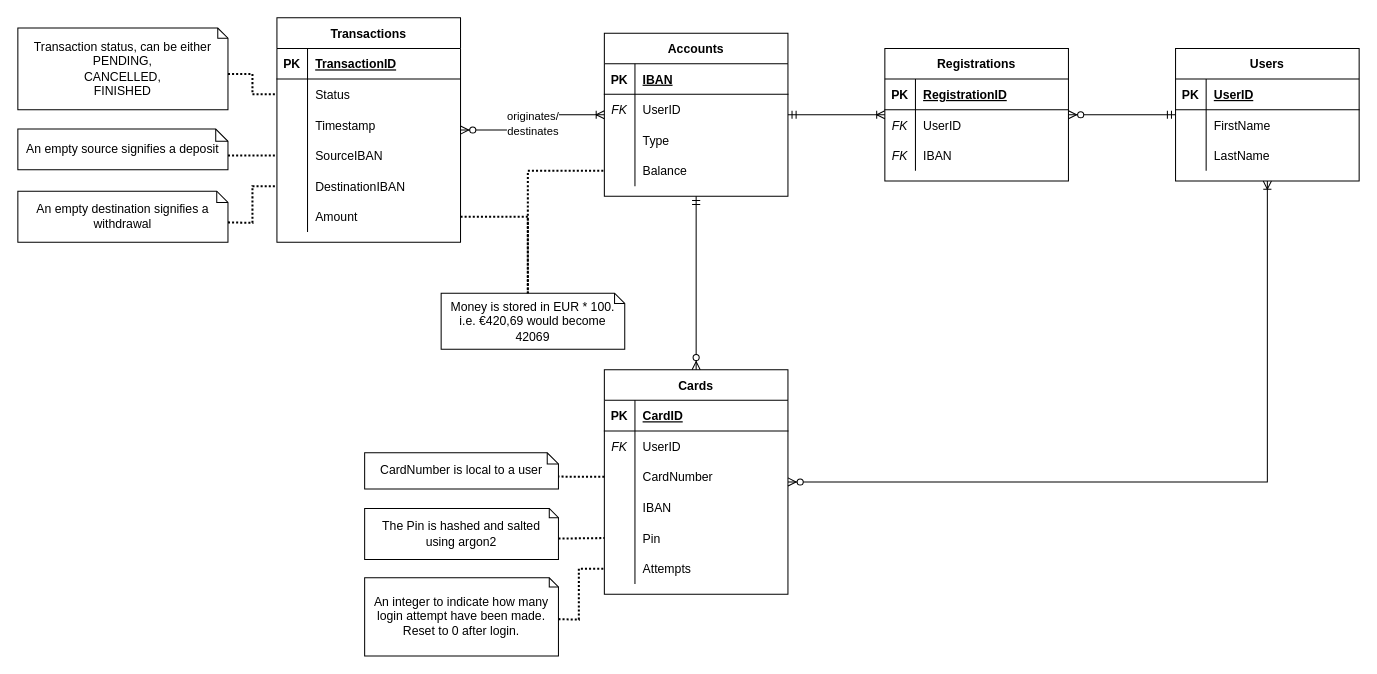
Herbankers/hb-server keeps this draw.io diagram as doc/ERD.drawio. Above is the earlier version. Source tidied: cells renumbered, new cells numbered last; positions are measured from the earlier drawing's top-left corner, leaving out a move shared by most shapes. Both pictures are drawn from the tidied source at 102%, with x=0, y=0 at pixel (17, 17).
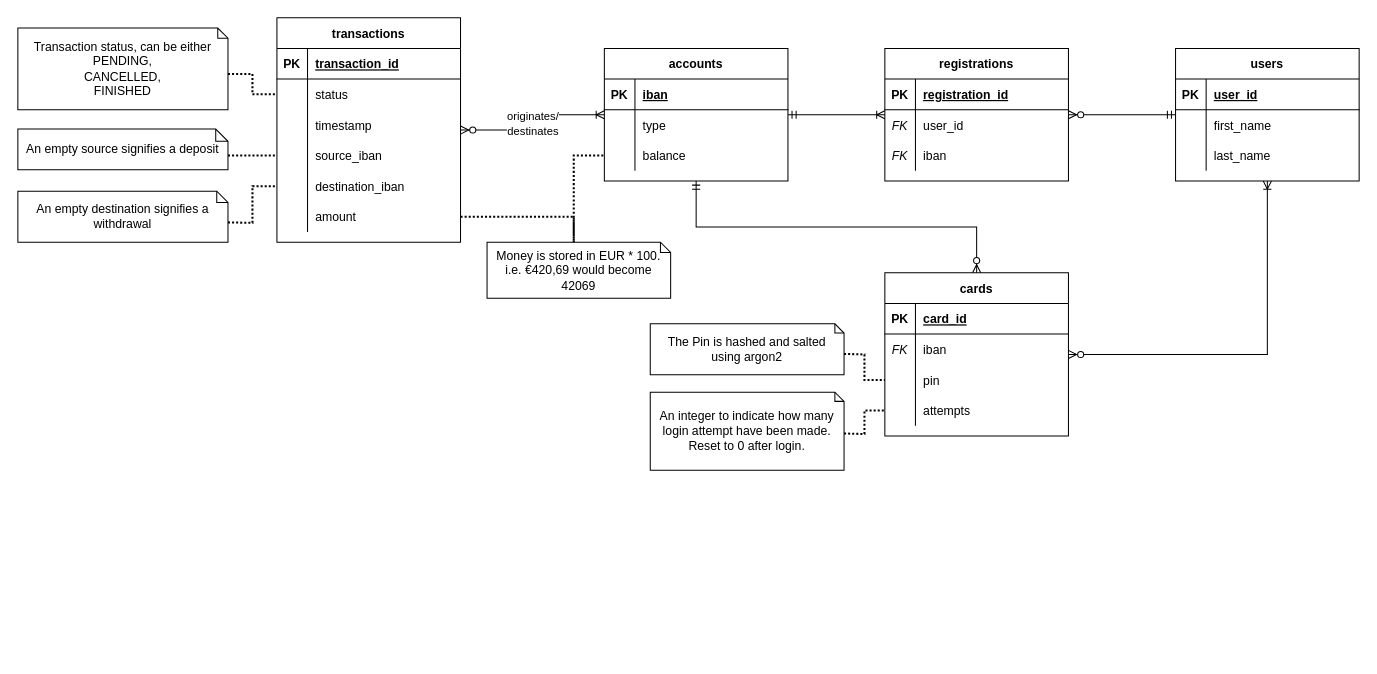
Above is the later version.

Commit message (it also covers changes not shown here):
sql: update sql queries to reflect design better

The change refers to these unchanged cells:
```xml
<mxCell id="5" style="shape=partialRectangle;fillColor=none;top=0;left=0;bottom=1;right=0;" parent="4" vertex="1">
  <mxGeometry y="30" width="180" height="30" as="geometry" />
</mxCell>
<mxCell id="8" style="shape=partialRectangle;fillColor=none;top=0;left=0;bottom=0;right=0;points=[[0,0.5],[1,0.5]];portConstraint=eastwest;" parent="4" vertex="1">
  <mxGeometry y="60" width="180" height="30" as="geometry" />
</mxCell>
<mxCell id="11" style="shape=partialRectangle;fillColor=none;top=0;left=0;bottom=0;right=0;" parent="4" vertex="1">
  <mxGeometry y="90" width="180" height="30" as="geometry" />
</mxCell>
<mxCell id="14" style="shape=partialRectangle;fillColor=none;top=0;left=0;bottom=0;right=0;points=[[0,0.5],[1,0.5]];portConstraint=eastwest;" parent="4" vertex="1">
  <mxGeometry y="120" width="180" height="30" as="geometry" />
</mxCell>
<mxCell id="17" style="shape=partialRectangle;fillColor=none;top=0;left=0;bottom=0;right=0;points=[[0,0.5],[1,0.5]];portConstraint=eastwest;" parent="4" vertex="1">
  <mxGeometry y="150" width="180" height="30" as="geometry" />
</mxCell>
<mxCell id="20" style="shape=partialRectangle;fillColor=none;top=0;left=0;bottom=0;right=0;points=[[0,0.5],[1,0.5]];portConstraint=eastwest;" parent="4" vertex="1">
  <mxGeometry y="180" width="180" height="30" as="geometry" />
</mxCell>
<mxCell id="24" style="shape=partialRectangle;fillColor=none;top=0;left=0;bottom=1;right=0;" parent="23" vertex="1">
  <mxGeometry y="30" width="180" height="30" as="geometry" />
</mxCell>
<mxCell id="27" style="shape=partialRectangle;fillColor=none;top=0;left=0;bottom=0;right=0;" parent="23" vertex="1">
  <mxGeometry y="60" width="180" height="30" as="geometry" />
</mxCell>
<mxCell id="30" style="shape=partialRectangle;fillColor=none;top=0;left=0;bottom=0;right=0;" parent="23" vertex="1">
  <mxGeometry y="90" width="180" height="30" as="geometry" />
</mxCell>
<mxCell id="35" style="shape=partialRectangle;fillColor=none;top=0;left=0;bottom=1;right=0;" parent="34" vertex="1">
  <mxGeometry y="30" width="180" height="30" as="geometry" />
</mxCell>
<mxCell id="56" style="shape=partialRectangle;fillColor=none;top=0;left=0;bottom=1;right=0;" parent="55" vertex="1">
  <mxGeometry y="30" width="180" height="30" as="geometry" />
</mxCell>
<mxCell id="85" style="shape=partialRectangle;fillColor=none;top=0;left=0;bottom=1;right=0;" parent="84" vertex="1">
  <mxGeometry y="30" width="180" height="30" as="geometry" />
</mxCell>
<mxCell id="88" style="shape=partialRectangle;fillColor=none;top=0;left=0;bottom=0;right=0;" parent="84" vertex="1">
  <mxGeometry y="60" width="180" height="30" as="geometry" />
</mxCell>
<mxCell id="91" style="shape=partialRectangle;fillColor=none;top=0;left=0;bottom=0;right=0;" parent="84" vertex="1">
  <mxGeometry y="90" width="180" height="30" as="geometry" />
</mxCell>
```

The edit, as a diff of the source:
```diff
@@
-    <mxCell id="4" value="Transactions" style="shape=table;startSize=30;childLayout=tableLayout;rowLines=0;fontStyle=1;align=center;" parent="1" vertex="1">
+    <mxCell id="4" value="transactions" style="shape=table;startSize=30;childLayout=tableLayout;rowLines=0;fontStyle=1;align=center;" parent="1" vertex="1">
       <mxGeometry x="254" width="180" height="220" as="geometry" />
     </mxCell>
@@
-    <mxCell id="7" value="TransactionID" style="shape=partialRectangle;fillColor=none;top=0;left=0;bottom=0;right=0;align=left;spacingLeft=6;fontStyle=5;overflow=hidden;" parent="5" vertex="1">
+    <mxCell id="7" value="transaction_id" style="shape=partialRectangle;fillColor=none;top=0;left=0;bottom=0;right=0;align=left;spacingLeft=6;fontStyle=5;overflow=hidden;" parent="5" vertex="1">
       <mxGeometry x="30" width="150" height="30" as="geometry" />
     </mxCell>
@@
-    <mxCell id="10" value="Status" style="shape=partialRectangle;fillColor=none;top=0;left=0;bottom=0;right=0;align=left;spacingLeft=6;overflow=hidden;" parent="8" vertex="1">
+    <mxCell id="10" value="status" style="shape=partialRectangle;fillColor=none;top=0;left=0;bottom=0;right=0;align=left;spacingLeft=6;overflow=hidden;" parent="8" vertex="1">
       <mxGeometry x="30" width="150" height="30" as="geometry" />
     </mxCell>
@@
-    <mxCell id="13" value="Timestamp" style="shape=partialRectangle;fillColor=none;top=0;left=0;bottom=0;right=0;align=left;spacingLeft=6;overflow=hidden;" parent="11" vertex="1">
+    <mxCell id="13" value="timestamp" style="shape=partialRectangle;fillColor=none;top=0;left=0;bottom=0;right=0;align=left;spacingLeft=6;overflow=hidden;" parent="11" vertex="1">
       <mxGeometry x="30" width="150" height="30" as="geometry" />
     </mxCell>
@@
-    <mxCell id="16" value="SourceIBAN" style="shape=partialRectangle;fillColor=none;top=0;left=0;bottom=0;right=0;align=left;spacingLeft=6;overflow=hidden;" parent="14" vertex="1">
+    <mxCell id="16" value="source_iban" style="shape=partialRectangle;fillColor=none;top=0;left=0;bottom=0;right=0;align=left;spacingLeft=6;overflow=hidden;" parent="14" vertex="1">
       <mxGeometry x="30" width="150" height="30" as="geometry" />
     </mxCell>
@@
-    <mxCell id="19" value="DestinationIBAN" style="shape=partialRectangle;fillColor=none;top=0;left=0;bottom=0;right=0;align=left;spacingLeft=6;overflow=hidden;" parent="17" vertex="1">
+    <mxCell id="19" value="destination_iban" style="shape=partialRectangle;fillColor=none;top=0;left=0;bottom=0;right=0;align=left;spacingLeft=6;overflow=hidden;" parent="17" vertex="1">
       <mxGeometry x="30" width="150" height="30" as="geometry" />
     </mxCell>
@@
-    <mxCell id="22" value="Amount" style="shape=partialRectangle;fillColor=none;top=0;left=0;bottom=0;right=0;align=left;spacingLeft=6;overflow=hidden;" parent="20" vertex="1">
+    <mxCell id="22" value="amount" style="shape=partialRectangle;fillColor=none;top=0;left=0;bottom=0;right=0;align=left;spacingLeft=6;overflow=hidden;" parent="20" vertex="1">
       <mxGeometry x="30" width="150" height="30" as="geometry" />
     </mxCell>
-    <mxCell id="23" value="Users" style="shape=table;startSize=30;childLayout=tableLayout;rowLines=0;fontStyle=1;align=center;" parent="1" vertex="1">
+    <mxCell id="23" value="users" style="shape=table;startSize=30;childLayout=tableLayout;rowLines=0;fontStyle=1;align=center;" parent="1" vertex="1">
       <mxGeometry x="1135" y="30" width="180" height="130" as="geometry" />
     </mxCell>
@@
-    <mxCell id="26" value="UserID" style="shape=partialRectangle;fillColor=none;top=0;left=0;bottom=0;right=0;align=left;spacingLeft=6;fontStyle=5;overflow=hidden;" parent="24" vertex="1">
+    <mxCell id="26" value="user_id" style="shape=partialRectangle;fillColor=none;top=0;left=0;bottom=0;right=0;align=left;spacingLeft=6;fontStyle=5;overflow=hidden;" parent="24" vertex="1">
       <mxGeometry x="30" width="150" height="30" as="geometry" />
     </mxCell>
@@
-    <mxCell id="29" value="FirstName" style="shape=partialRectangle;fillColor=none;top=0;left=0;bottom=0;right=0;align=left;spacingLeft=6;overflow=hidden;" parent="27" vertex="1">
+    <mxCell id="29" value="first_name" style="shape=partialRectangle;fillColor=none;top=0;left=0;bottom=0;right=0;align=left;spacingLeft=6;overflow=hidden;" parent="27" vertex="1">
       <mxGeometry x="30" width="150" height="30" as="geometry" />
     </mxCell>
@@
-    <mxCell id="32" value="LastName" style="shape=partialRectangle;fillColor=none;top=0;left=0;bottom=0;right=0;align=left;spacingLeft=6;overflow=hidden;" parent="30" vertex="1">
+    <mxCell id="32" value="last_name" style="shape=partialRectangle;fillColor=none;top=0;left=0;bottom=0;right=0;align=left;spacingLeft=6;overflow=hidden;" parent="30" vertex="1">
       <mxGeometry x="30" width="150" height="30" as="geometry" />
     </mxCell>
@@
-    <mxCell id="34" value="Cards" style="shape=table;startSize=30;childLayout=tableLayout;rowLines=0;fontStyle=1;align=center;" parent="1" vertex="1">
-      <mxGeometry x="575" y="345" width="180" height="220" as="geometry" />
+    <mxCell id="34" value="cards" style="shape=table;startSize=30;childLayout=tableLayout;rowLines=0;fontStyle=1;align=center;" parent="1" vertex="1">
+      <mxGeometry x="850" y="250" width="180" height="160" as="geometry" />
     </mxCell>
@@
-    <mxCell id="37" value="CardID" style="shape=partialRectangle;fillColor=none;top=0;left=0;bottom=0;right=0;align=left;spacingLeft=6;fontStyle=5;overflow=hidden;" parent="35" vertex="1">
+    <mxCell id="37" value="card_id" style="shape=partialRectangle;fillColor=none;top=0;left=0;bottom=0;right=0;align=left;spacingLeft=6;fontStyle=5;overflow=hidden;" parent="35" vertex="1">
       <mxGeometry x="30" width="150" height="30" as="geometry" />
     </mxCell>
-    <mxCell id="38" style="shape=partialRectangle;fillColor=none;top=0;left=0;bottom=0;right=0;" parent="34" vertex="1">
-      <mxGeometry y="60" width="180" height="30" as="geometry" />
-    </mxCell>
-    <mxCell id="39" value="FK" style="shape=partialRectangle;fillColor=none;top=0;left=0;bottom=0;right=0;overflow=hidden;fontStyle=2;" parent="38" vertex="1">
-      <mxGeometry width="30" height="30" as="geometry" />
-    </mxCell>
-    <mxCell id="40" value="UserID" style="shape=partialRectangle;fillColor=none;top=0;left=0;bottom=0;right=0;align=left;spacingLeft=6;overflow=hidden;" parent="38" vertex="1">
-      <mxGeometry x="30" width="150" height="30" as="geometry" />
-    </mxCell>
-    <mxCell id="41" style="shape=partialRectangle;fillColor=none;top=0;left=0;bottom=0;right=0;points=[[0,0.5],[1,0.5]];portConstraint=eastwest;" parent="34" vertex="1">
-      <mxGeometry y="90" width="180" height="30" as="geometry" />
-    </mxCell>
-    <mxCell id="42" style="shape=partialRectangle;fillColor=none;top=0;left=0;bottom=0;right=0;overflow=hidden;" parent="41" vertex="1">
-      <mxGeometry width="30" height="30" as="geometry" />
-    </mxCell>
-    <mxCell id="43" value="CardNumber" style="shape=partialRectangle;fillColor=none;top=0;left=0;bottom=0;right=0;align=left;spacingLeft=6;overflow=hidden;" parent="41" vertex="1">
-      <mxGeometry x="30" width="150" height="30" as="geometry" />
-    </mxCell>
     <mxCell id="44" style="shape=partialRectangle;fillColor=none;top=0;left=0;bottom=0;right=0;" parent="34" vertex="1">
-      <mxGeometry y="120" width="180" height="30" as="geometry" />
+      <mxGeometry y="60" width="180" height="30" as="geometry" />
     </mxCell>
-    <mxCell id="45" style="shape=partialRectangle;fillColor=none;top=0;left=0;bottom=0;right=0;overflow=hidden;" parent="44" vertex="1">
+    <mxCell id="45" value="FK" style="shape=partialRectangle;fillColor=none;top=0;left=0;bottom=0;right=0;overflow=hidden;fontStyle=2;" parent="44" vertex="1">
       <mxGeometry width="30" height="30" as="geometry" />
     </mxCell>
-    <mxCell id="46" value="IBAN" style="shape=partialRectangle;fillColor=none;top=0;left=0;bottom=0;right=0;align=left;spacingLeft=6;overflow=hidden;" parent="44" vertex="1">
+    <mxCell id="46" value="iban" style="shape=partialRectangle;fillColor=none;top=0;left=0;bottom=0;right=0;align=left;spacingLeft=6;overflow=hidden;" parent="44" vertex="1">
       <mxGeometry x="30" width="150" height="30" as="geometry" />
     </mxCell>
     <mxCell id="47" style="shape=partialRectangle;fillColor=none;top=0;left=0;bottom=0;right=0;points=[[0,0.5],[1,0.5]];portConstraint=eastwest;" parent="34" vertex="1">
-      <mxGeometry y="150" width="180" height="30" as="geometry" />
+      <mxGeometry y="90" width="180" height="30" as="geometry" />
     </mxCell>
@@
-    <mxCell id="49" value="Pin" style="shape=partialRectangle;fillColor=none;top=0;left=0;bottom=0;right=0;align=left;spacingLeft=6;overflow=hidden;" parent="47" vertex="1">
+    <mxCell id="49" value="pin" style="shape=partialRectangle;fillColor=none;top=0;left=0;bottom=0;right=0;align=left;spacingLeft=6;overflow=hidden;" parent="47" vertex="1">
       <mxGeometry x="30" width="150" height="30" as="geometry" />
     </mxCell>
     <mxCell id="50" style="shape=partialRectangle;fillColor=none;top=0;left=0;bottom=0;right=0;points=[[0,0.5],[1,0.5]];portConstraint=eastwest;" parent="34" vertex="1">
-      <mxGeometry y="180" width="180" height="30" as="geometry" />
+      <mxGeometry y="120" width="180" height="30" as="geometry" />
     </mxCell>
@@
-    <mxCell id="52" value="Attempts" style="shape=partialRectangle;fillColor=none;top=0;left=0;bottom=0;right=0;align=left;spacingLeft=6;overflow=hidden;" parent="50" vertex="1">
+    <mxCell id="52" value="attempts" style="shape=partialRectangle;fillColor=none;top=0;left=0;bottom=0;right=0;align=left;spacingLeft=6;overflow=hidden;" parent="50" vertex="1">
       <mxGeometry x="30" width="150" height="30" as="geometry" />
     </mxCell>
@@
-    <mxCell id="55" value="Accounts" style="shape=table;startSize=30;childLayout=tableLayout;rowLines=0;fontStyle=1;align=center;" parent="1" vertex="1">
-      <mxGeometry x="575" y="15" width="180" height="160" as="geometry" />
+    <mxCell id="55" value="accounts" style="shape=table;startSize=30;childLayout=tableLayout;rowLines=0;fontStyle=1;align=center;" parent="1" vertex="1">
+      <mxGeometry x="575" y="30" width="180" height="130" as="geometry" />
     </mxCell>
@@
-    <mxCell id="58" value="IBAN" style="shape=partialRectangle;fillColor=none;top=0;left=0;bottom=0;right=0;align=left;spacingLeft=6;fontStyle=5;overflow=hidden;" parent="56" vertex="1">
+    <mxCell id="58" value="iban" style="shape=partialRectangle;fillColor=none;top=0;left=0;bottom=0;right=0;align=left;spacingLeft=6;fontStyle=5;overflow=hidden;" parent="56" vertex="1">
       <mxGeometry x="30" width="150" height="30" as="geometry" />
     </mxCell>
-    <mxCell id="59" style="shape=partialRectangle;fillColor=none;top=0;left=0;bottom=0;right=0;" parent="55" vertex="1">
-      <mxGeometry y="60" width="180" height="30" as="geometry" />
-    </mxCell>
-    <mxCell id="60" value="FK" style="shape=partialRectangle;fillColor=none;top=0;left=0;bottom=0;right=0;overflow=hidden;fontStyle=2;" parent="59" vertex="1">
-      <mxGeometry width="30" height="30" as="geometry" />
-    </mxCell>
-    <mxCell id="61" value="UserID" style="shape=partialRectangle;fillColor=none;top=0;left=0;bottom=0;right=0;align=left;spacingLeft=6;overflow=hidden;" parent="59" vertex="1">
-      <mxGeometry x="30" width="150" height="30" as="geometry" />
-    </mxCell>
     <mxCell id="62" style="shape=partialRectangle;fillColor=none;top=0;left=0;bottom=0;right=0;" parent="55" vertex="1">
-      <mxGeometry y="90" width="180" height="30" as="geometry" />
+      <mxGeometry y="60" width="180" height="30" as="geometry" />
     </mxCell>
@@
-    <mxCell id="64" value="Type" style="shape=partialRectangle;fillColor=none;top=0;left=0;bottom=0;right=0;align=left;spacingLeft=6;overflow=hidden;" parent="62" vertex="1">
+    <mxCell id="64" value="type" style="shape=partialRectangle;fillColor=none;top=0;left=0;bottom=0;right=0;align=left;spacingLeft=6;overflow=hidden;" parent="62" vertex="1">
       <mxGeometry x="30" width="150" height="30" as="geometry" />
     </mxCell>
     <mxCell id="65" style="shape=partialRectangle;fillColor=none;top=0;left=0;bottom=0;right=0;points=[[0,0.5],[1,0.5]];portConstraint=eastwest;" parent="55" vertex="1">
-      <mxGeometry y="120" width="180" height="30" as="geometry" />
+      <mxGeometry y="90" width="180" height="30" as="geometry" />
     </mxCell>
@@
-    <mxCell id="67" value="Balance" style="shape=partialRectangle;fillColor=none;top=0;left=0;bottom=0;right=0;align=left;spacingLeft=6;overflow=hidden;" parent="65" vertex="1">
+    <mxCell id="67" value="balance" style="shape=partialRectangle;fillColor=none;top=0;left=0;bottom=0;right=0;align=left;spacingLeft=6;overflow=hidden;" parent="65" vertex="1">
       <mxGeometry x="30" width="150" height="30" as="geometry" />
     </mxCell>
-    <mxCell id="68" value="CardNumber is local to a user" style="shape=note;size=11;whiteSpace=wrap;html=1;" parent="1" vertex="1">
-      <mxGeometry x="340" y="426.4" width="190" height="35.6" as="geometry" />
-    </mxCell>
-    <mxCell id="69" style="endArrow=none;html=1;rounded=0;entryX=0;entryY=0;entryDx=190;entryDy=23.315;entryPerimeter=0;exitX=0;exitY=0.5;exitDx=0;exitDy=0;dashed=1;dashPattern=1 1;strokeWidth=2;" parent="1" edge="1" source="41" target="68">
-      <mxGeometry relative="1" as="geometry">
-        <Array as="points">
-          <mxPoint x="550" y="450" />
-        </Array>
-      </mxGeometry>
-    </mxCell>
     <mxCell id="70" value="An integer to indicate how many login attempt have been made.&lt;br&gt;Reset to 0 after login." style="shape=note;size=9;whiteSpace=wrap;html=1;" parent="1" vertex="1">
-      <mxGeometry x="340" y="549" width="190" height="76.6" as="geometry" />
+      <mxGeometry x="620" y="367" width="190" height="76.6" as="geometry" />
     </mxCell>
     <mxCell id="71" style="endArrow=none;html=1;rounded=0;dashed=1;dashPattern=1 1;strokeWidth=2;exitX=0;exitY=0;exitDx=190;exitDy=40.5;exitPerimeter=0;entryX=0;entryY=0.5;entryDx=0;entryDy=0;" parent="1" edge="1" source="70" target="50">
       <mxGeometry relative="1" as="geometry">
         <Array as="points">
-          <mxPoint x="550" y="590" />
-          <mxPoint x="550" y="540" />
+          <mxPoint x="830" y="408" />
+          <mxPoint x="830" y="385" />
         </Array>
       </mxGeometry>
     </mxCell>
     <mxCell id="72" style="endArrow=none;html=1;rounded=0;dashed=1;dashPattern=1 1;strokeWidth=2;entryX=0;entryY=0.5;entryDx=0;entryDy=0;exitX=0;exitY=0;exitDx=190;exitDy=29.5;exitPerimeter=0;" parent="1" edge="1" source="73" target="47">
-      <mxGeometry relative="1" as="geometry" />
+      <mxGeometry relative="1" as="geometry">
+        <Array as="points">
+          <mxPoint x="830" y="330" />
+          <mxPoint x="830" y="355" />
+        </Array>
+      </mxGeometry>
     </mxCell>
     <mxCell id="73" value="The Pin is hashed and salted&lt;br&gt;using argon2" style="shape=note;size=9;whiteSpace=wrap;html=1;" parent="1" vertex="1">
-      <mxGeometry x="340" y="481" width="190" height="50" as="geometry" />
+      <mxGeometry x="620" y="300" width="190" height="50" as="geometry" />
     </mxCell>
     <mxCell id="74" value="Money is stored in EUR * 100.&lt;br&gt;i.e. €420,69 would become 42069" style="shape=note;size=10;whiteSpace=wrap;html=1;" parent="1" vertex="1">
-      <mxGeometry x="415" y="270" width="180" height="55" as="geometry" />
+      <mxGeometry x="460" y="220" width="180" height="55" as="geometry" />
     </mxCell>
     <mxCell id="75" style="endArrow=none;html=1;rounded=0;dashed=1;dashPattern=1 1;strokeWidth=2;exitX=1;exitY=0.5;exitDx=0;exitDy=0;entryX=0;entryY=0;entryDx=85;entryDy=0;entryPerimeter=0;" parent="1" edge="1" source="20" target="74">
       <mxGeometry relative="1" as="geometry">
         <Array as="points">
-          <mxPoint x="500" y="195" />
+          <mxPoint x="545" y="195" />
         </Array>
       </mxGeometry>
     </mxCell>
     <mxCell id="76" style="endArrow=none;html=1;rounded=0;dashed=1;dashPattern=1 1;strokeWidth=2;entryX=0;entryY=0.5;entryDx=0;entryDy=0;exitX=0;exitY=0;exitDx=85;exitDy=0;exitPerimeter=0;" parent="1" edge="1" source="74" target="65">
       <mxGeometry relative="1" as="geometry">
         <Array as="points">
-          <mxPoint x="500" y="150" />
+          <mxPoint x="545" y="135" />
         </Array>
       </mxGeometry>
     </mxCell>
@@
-    <mxCell id="84" value="Registrations" style="shape=table;startSize=30;childLayout=tableLayout;rowLines=0;fontStyle=1;align=center;" parent="1" vertex="1">
+    <mxCell id="84" value="registrations" style="shape=table;startSize=30;childLayout=tableLayout;rowLines=0;fontStyle=1;align=center;" parent="1" vertex="1">
       <mxGeometry x="850" y="30" width="180" height="130" as="geometry" />
     </mxCell>
@@
-    <mxCell id="87" value="RegistrationID" style="shape=partialRectangle;fillColor=none;top=0;left=0;bottom=0;right=0;align=left;spacingLeft=6;fontStyle=5;overflow=hidden;" parent="85" vertex="1">
+    <mxCell id="87" value="registration_id" style="shape=partialRectangle;fillColor=none;top=0;left=0;bottom=0;right=0;align=left;spacingLeft=6;fontStyle=5;overflow=hidden;" parent="85" vertex="1">
       <mxGeometry x="30" width="150" height="30" as="geometry" />
     </mxCell>
@@
-    <mxCell id="90" value="UserID" style="shape=partialRectangle;fillColor=none;top=0;left=0;bottom=0;right=0;align=left;spacingLeft=6;overflow=hidden;" parent="88" vertex="1">
+    <mxCell id="90" value="user_id" style="shape=partialRectangle;fillColor=none;top=0;left=0;bottom=0;right=0;align=left;spacingLeft=6;overflow=hidden;" parent="88" vertex="1">
       <mxGeometry x="30" width="150" height="30" as="geometry" />
     </mxCell>
@@
-    <mxCell id="93" value="IBAN" style="shape=partialRectangle;fillColor=none;top=0;left=0;bottom=0;right=0;align=left;spacingLeft=6;overflow=hidden;" parent="91" vertex="1">
+    <mxCell id="93" value="iban" style="shape=partialRectangle;fillColor=none;top=0;left=0;bottom=0;right=0;align=left;spacingLeft=6;overflow=hidden;" parent="91" vertex="1">
       <mxGeometry x="30" width="150" height="30" as="geometry" />
     </mxCell>
```
